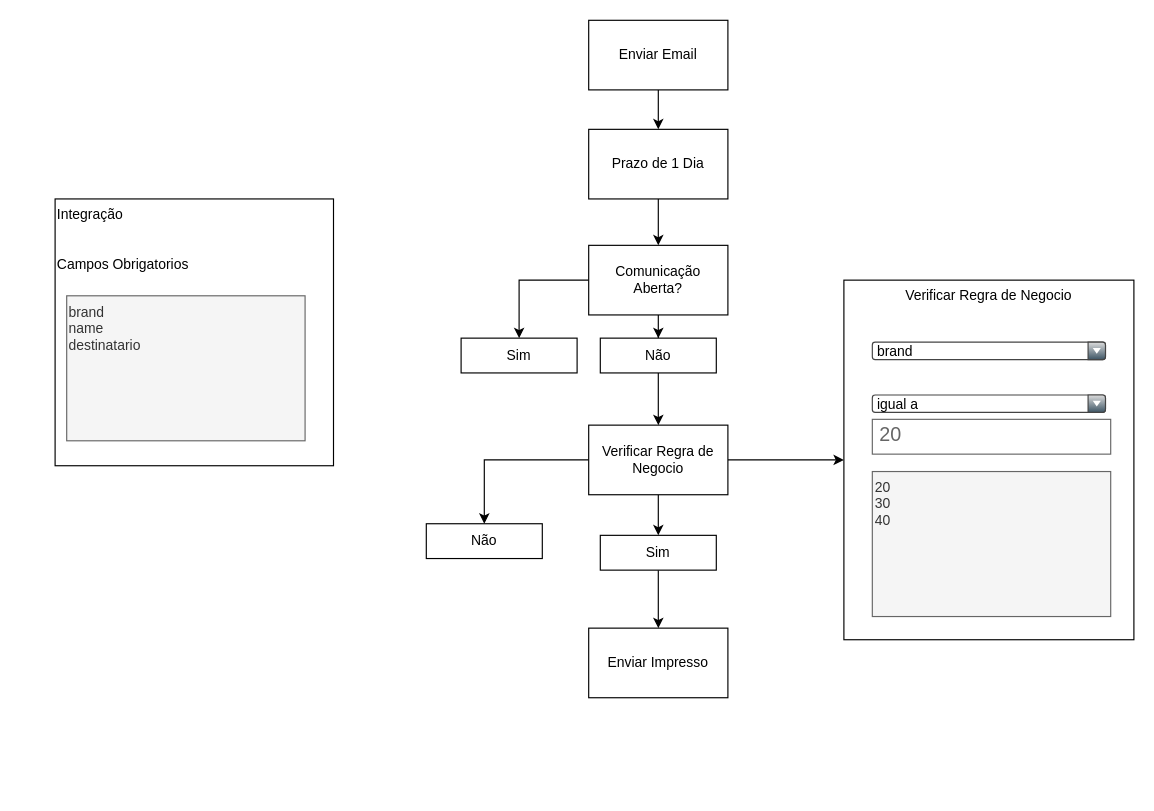
The draw.io diagram page "Pagina 2 (Melhor abordagem)" (2 of 2) of Rascunho Jornada 19082024.drawio in caio-bueno/draws-valid, before the edit. Source tidied: cells renumbered, new cells numbered last; positions are measured from the earlier drawing's top-left corner, leaving out a move shared by most shapes. Both pictures are drawn from the tidied source at 116%, with x=0, y=0 at pixel (55, 20).
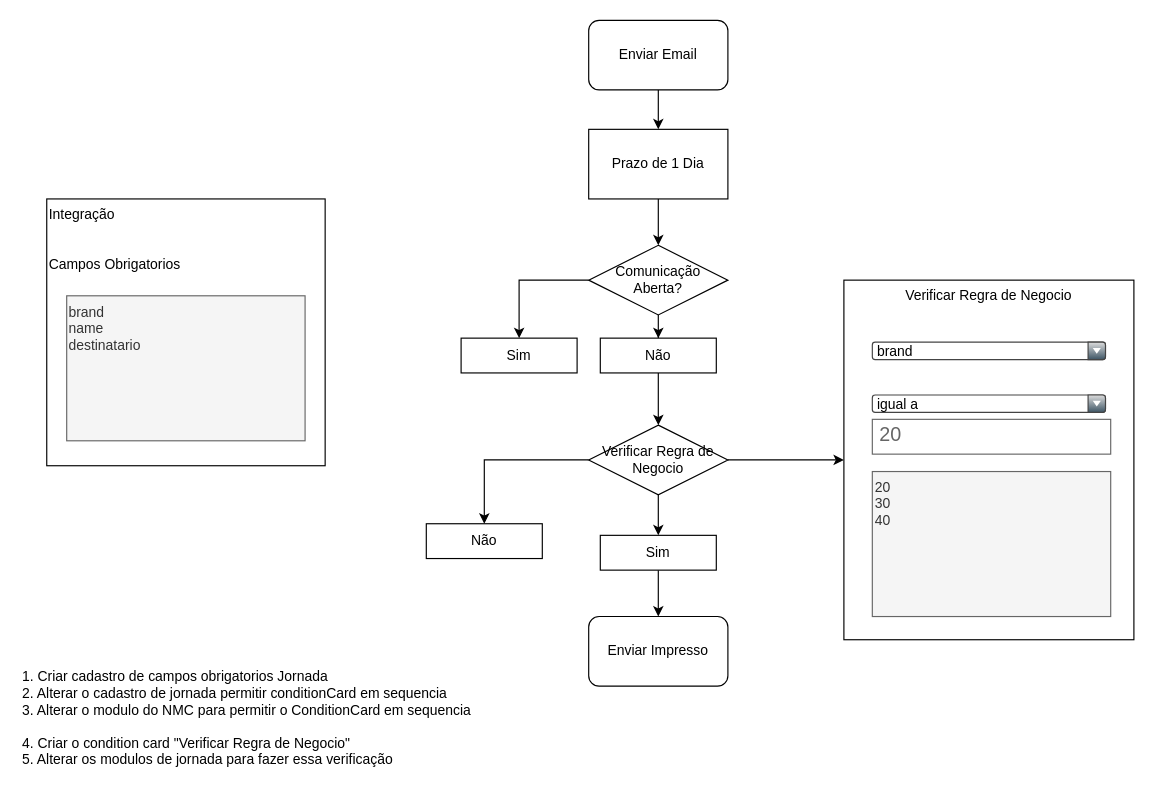
After the change.

The edit, as a diff of the source:
```diff
@@
-    <mxCell id="5" value="Verificar Regra de Negocio" style="rounded=0;whiteSpace=wrap;html=1;" parent="1" vertex="1">
+    <mxCell id="5" value="Verificar Regra de Negocio" style="rhombus;whiteSpace=wrap;html=1;rounded=0;shadow=0;glass=0;strokeColor=default;align=center;verticalAlign=middle;fontFamily=Helvetica;fontSize=12;fontColor=default;fillColor=default;" parent="1" vertex="1">
       <mxGeometry x="460" y="349" width="120" height="60" as="geometry" />
     </mxCell>
     <mxCell id="6" value="&lt;div&gt;Integração&lt;/div&gt;&lt;div&gt;&lt;br&gt;&lt;/div&gt;&lt;div&gt;&lt;br&gt;&lt;/div&gt;&lt;div&gt;Campos Obrigatorios&lt;/div&gt;&lt;div&gt;&lt;br&gt;&lt;/div&gt;&lt;div&gt;&lt;br&gt;&lt;/div&gt;&lt;div&gt;&lt;br&gt;&lt;/div&gt;" style="rounded=0;whiteSpace=wrap;html=1;verticalAlign=top;align=left;" parent="1" vertex="1">
-      <mxGeometry y="154" width="240" height="230" as="geometry" />
+      <mxGeometry x="-7.2" y="154" width="240" height="230" as="geometry" />
     </mxCell>
@@
-    <mxCell id="8" value="Enviar Impresso" style="rounded=0;whiteSpace=wrap;html=1;" parent="1" vertex="1">
-      <mxGeometry x="460" y="524" width="120" height="60" as="geometry" />
+    <mxCell id="8" value="Enviar Impresso" style="rounded=1;whiteSpace=wrap;html=1;" parent="1" vertex="1">
+      <mxGeometry x="460" y="514" width="120" height="60" as="geometry" />
     </mxCell>
@@
-    <mxCell id="11" value="Enviar Email" style="rounded=0;whiteSpace=wrap;html=1;" parent="1" vertex="1">
+    <mxCell id="11" value="Enviar Email" style="rounded=1;whiteSpace=wrap;html=1;" parent="1" vertex="1">
       <mxGeometry x="460" width="120" height="60" as="geometry" />
     </mxCell>
@@
-    <mxCell id="16" value="Comunicação Aberta?" style="rounded=0;whiteSpace=wrap;html=1;" parent="1" vertex="1">
+    <mxCell id="16" value="Comunicação Aberta?" style="rhombus;whiteSpace=wrap;html=1;rounded=0;shadow=0;glass=0;strokeColor=default;align=center;verticalAlign=middle;fontFamily=Helvetica;fontSize=12;fontColor=default;fillColor=default;" parent="1" vertex="1">
       <mxGeometry x="460" y="194" width="120" height="60" as="geometry" />
     </mxCell>
@@
+    <mxCell id="27" value="1. Criar cadastro de campos obrigatorios Jornada&lt;div&gt;2. Alterar o cadastro de jornada permitir conditionCard em sequencia&lt;/div&gt;&lt;div&gt;3. Alterar o modulo do NMC para permitir o ConditionCard em sequencia&lt;/div&gt;&lt;div&gt;&lt;br&gt;&lt;/div&gt;&lt;div&gt;4. Criar o condition card &quot;Verificar Regra de Negocio&quot;&lt;/div&gt;&lt;div&gt;5. Alterar os modulos de jornada para fazer essa verificação&lt;/div&gt;&lt;div&gt;&lt;br&gt;&lt;/div&gt;" style="text;html=1;align=left;verticalAlign=middle;whiteSpace=wrap;rounded=0;" parent="1" vertex="1">
+      <mxGeometry x="-30" y="554" width="470" height="110" as="geometry" />
+    </mxCell>
```
